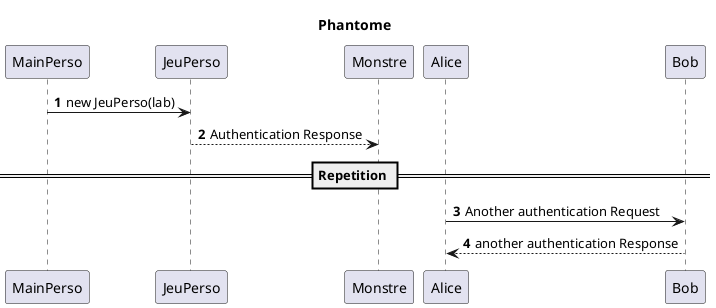
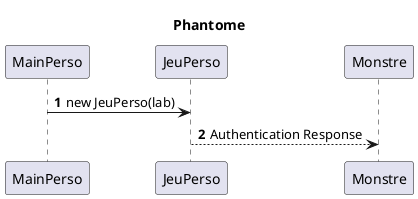
@startuml
'https://plantuml.com/sequence-diagram

autonumber

title: Phantome

MainPerso -> JeuPerso: new JeuPerso(lab)
JeuPerso --> Monstre: Authentication Response
- 
- == Repetition ==
- 
- Alice -> Bob: Another authentication Request
- Alice <-- Bob: another authentication Response
- @enduml+  @enduml
